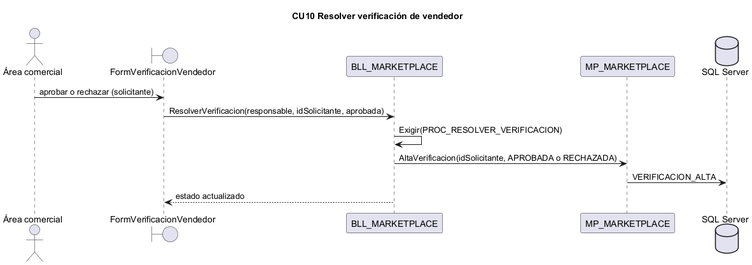
Earlier version of the PlantUML export docs/diagramas/secuencias_png/CU10.png (L-Muniz/uai-diploma_2026).
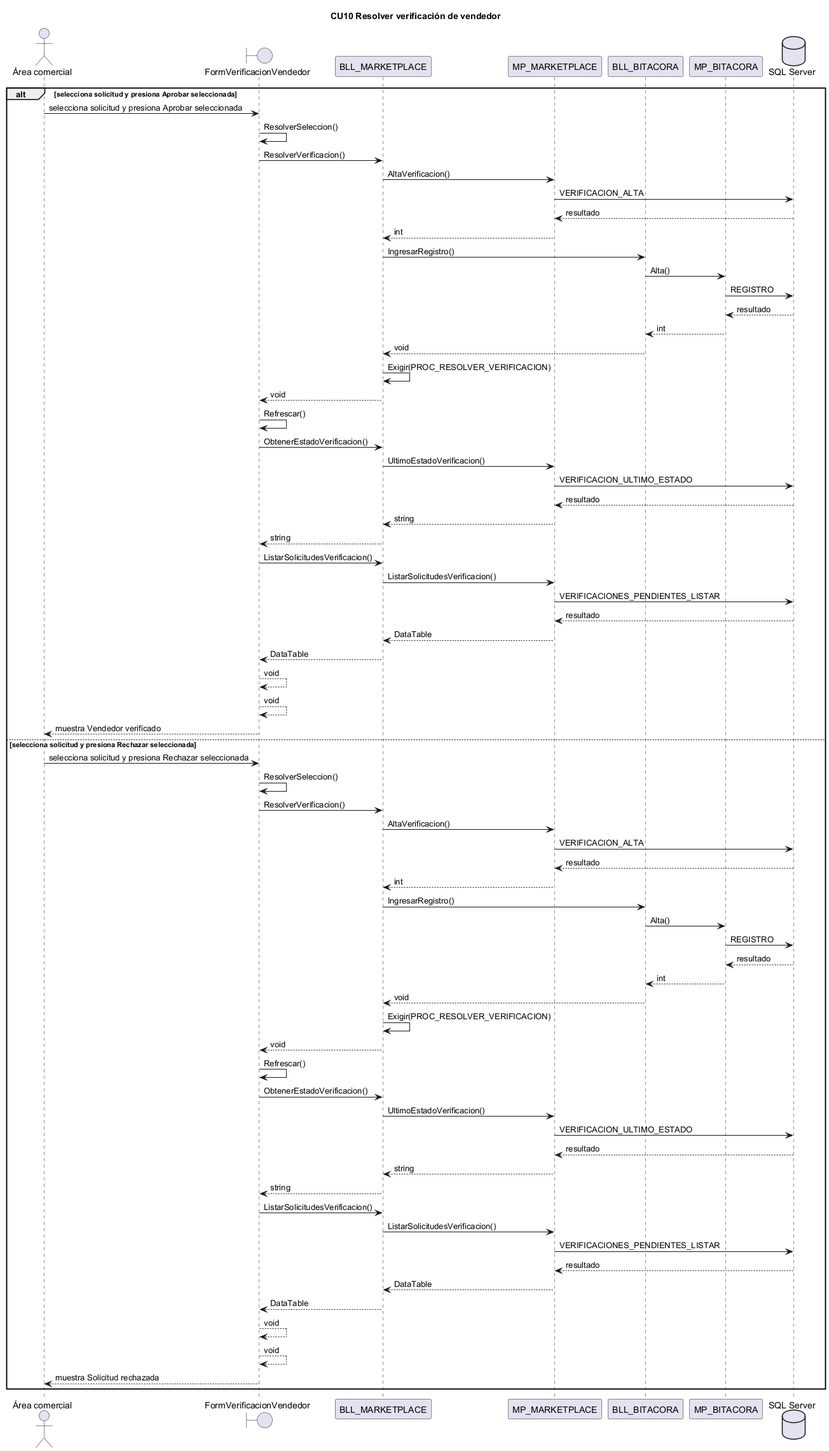
Later version of the same file.

The edit, as a diff of the source:
```diff
@@ -1,14 +1,75 @@
 @startuml CU10
 title CU10 Resolver verificación de vendedor
-actor "Área comercial" as Area
-boundary "FormVerificacionVendedor" as IU
-participant "BLL_MARKETPLACE" as BLL
-participant "MP_MARKETPLACE" as DAL
+actor "Área comercial" as ACT
+boundary FormVerificacionVendedor
+participant BLL_MARKETPLACE
+participant MP_MARKETPLACE
+participant BLL_BITACORA
+participant MP_BITACORA
 database "SQL Server" as BD
-Area -> IU : aprobar o rechazar (solicitante)
-IU -> BLL : ResolverVerificacion(responsable, idSolicitante, aprobada)
-BLL -> BLL : Exigir(PROC_RESOLVER_VERIFICACION)
-BLL -> DAL : AltaVerificacion(idSolicitante, APROBADA o RECHAZADA)
-DAL -> BD : VERIFICACION_ALTA
-BLL --> IU : estado actualizado
+alt selecciona solicitud y presiona Aprobar seleccionada
+ACT -> FormVerificacionVendedor : selecciona solicitud y presiona Aprobar seleccionada
+FormVerificacionVendedor -> FormVerificacionVendedor : ResolverSeleccion()
+FormVerificacionVendedor -> BLL_MARKETPLACE : ResolverVerificacion()
+BLL_MARKETPLACE -> MP_MARKETPLACE : AltaVerificacion()
+MP_MARKETPLACE -> BD : VERIFICACION_ALTA
+BD --> MP_MARKETPLACE : resultado
+MP_MARKETPLACE --> BLL_MARKETPLACE : int
+BLL_MARKETPLACE -> BLL_BITACORA : IngresarRegistro()
+BLL_BITACORA -> MP_BITACORA : Alta()
+MP_BITACORA -> BD : REGISTRO
+BD --> MP_BITACORA : resultado
+MP_BITACORA --> BLL_BITACORA : int
+BLL_BITACORA --> BLL_MARKETPLACE : void
+BLL_MARKETPLACE -> BLL_MARKETPLACE : Exigir(PROC_RESOLVER_VERIFICACION)
+BLL_MARKETPLACE --> FormVerificacionVendedor : void
+FormVerificacionVendedor -> FormVerificacionVendedor : Refrescar()
+FormVerificacionVendedor -> BLL_MARKETPLACE : ObtenerEstadoVerificacion()
+BLL_MARKETPLACE -> MP_MARKETPLACE : UltimoEstadoVerificacion()
+MP_MARKETPLACE -> BD : VERIFICACION_ULTIMO_ESTADO
+BD --> MP_MARKETPLACE : resultado
+MP_MARKETPLACE --> BLL_MARKETPLACE : string
+BLL_MARKETPLACE --> FormVerificacionVendedor : string
+FormVerificacionVendedor -> BLL_MARKETPLACE : ListarSolicitudesVerificacion()
+BLL_MARKETPLACE -> MP_MARKETPLACE : ListarSolicitudesVerificacion()
+MP_MARKETPLACE -> BD : VERIFICACIONES_PENDIENTES_LISTAR
+BD --> MP_MARKETPLACE : resultado
+MP_MARKETPLACE --> BLL_MARKETPLACE : DataTable
+BLL_MARKETPLACE --> FormVerificacionVendedor : DataTable
+FormVerificacionVendedor --> FormVerificacionVendedor : void
+FormVerificacionVendedor --> FormVerificacionVendedor : void
+FormVerificacionVendedor --> ACT : muestra Vendedor verificado
+else selecciona solicitud y presiona Rechazar seleccionada
+ACT -> FormVerificacionVendedor : selecciona solicitud y presiona Rechazar seleccionada
+FormVerificacionVendedor -> FormVerificacionVendedor : ResolverSeleccion()
+FormVerificacionVendedor -> BLL_MARKETPLACE : ResolverVerificacion()
+BLL_MARKETPLACE -> MP_MARKETPLACE : AltaVerificacion()
+MP_MARKETPLACE -> BD : VERIFICACION_ALTA
+BD --> MP_MARKETPLACE : resultado
+MP_MARKETPLACE --> BLL_MARKETPLACE : int
+BLL_MARKETPLACE -> BLL_BITACORA : IngresarRegistro()
+BLL_BITACORA -> MP_BITACORA : Alta()
+MP_BITACORA -> BD : REGISTRO
+BD --> MP_BITACORA : resultado
+MP_BITACORA --> BLL_BITACORA : int
+BLL_BITACORA --> BLL_MARKETPLACE : void
+BLL_MARKETPLACE -> BLL_MARKETPLACE : Exigir(PROC_RESOLVER_VERIFICACION)
+BLL_MARKETPLACE --> FormVerificacionVendedor : void
+FormVerificacionVendedor -> FormVerificacionVendedor : Refrescar()
+FormVerificacionVendedor -> BLL_MARKETPLACE : ObtenerEstadoVerificacion()
+BLL_MARKETPLACE -> MP_MARKETPLACE : UltimoEstadoVerificacion()
+MP_MARKETPLACE -> BD : VERIFICACION_ULTIMO_ESTADO
+BD --> MP_MARKETPLACE : resultado
+MP_MARKETPLACE --> BLL_MARKETPLACE : string
+BLL_MARKETPLACE --> FormVerificacionVendedor : string
+FormVerificacionVendedor -> BLL_MARKETPLACE : ListarSolicitudesVerificacion()
+BLL_MARKETPLACE -> MP_MARKETPLACE : ListarSolicitudesVerificacion()
+MP_MARKETPLACE -> BD : VERIFICACIONES_PENDIENTES_LISTAR
+BD --> MP_MARKETPLACE : resultado
+MP_MARKETPLACE --> BLL_MARKETPLACE : DataTable
+BLL_MARKETPLACE --> FormVerificacionVendedor : DataTable
+FormVerificacionVendedor --> FormVerificacionVendedor : void
+FormVerificacionVendedor --> FormVerificacionVendedor : void
+FormVerificacionVendedor --> ACT : muestra Solicitud rechazada
+end
 @enduml
```
